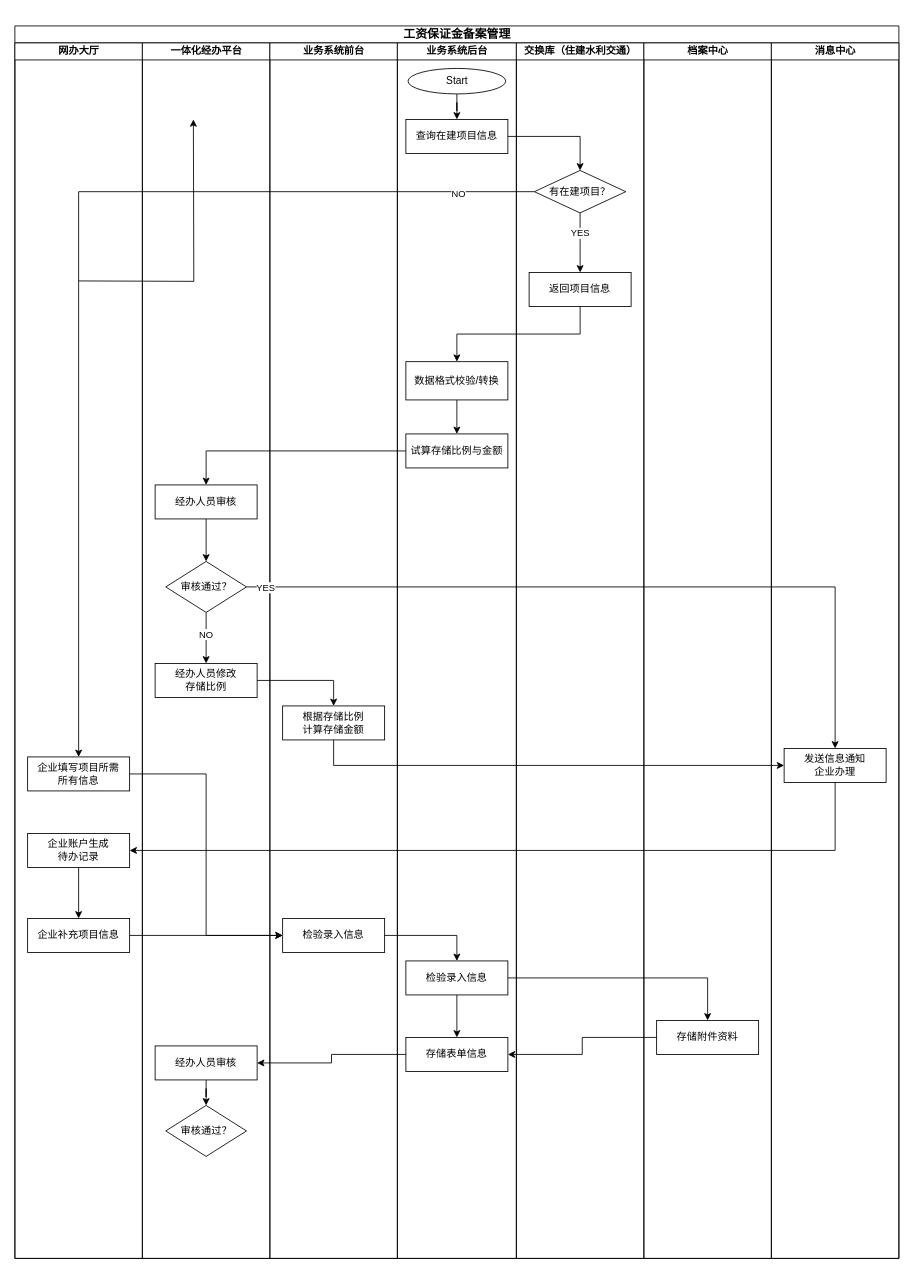
coderjbin/drawio keeps this draw.io diagram as 农民工工资保证金.drawio. Above is the earlier version. Source tidied: cells renumbered, new cells numbered last; positions are measured from the earlier drawing's top-left corner, leaving out a move shared by most shapes. Both pictures are drawn from the tidied source at 85%, with x=0, y=0 at pixel (14, 26).
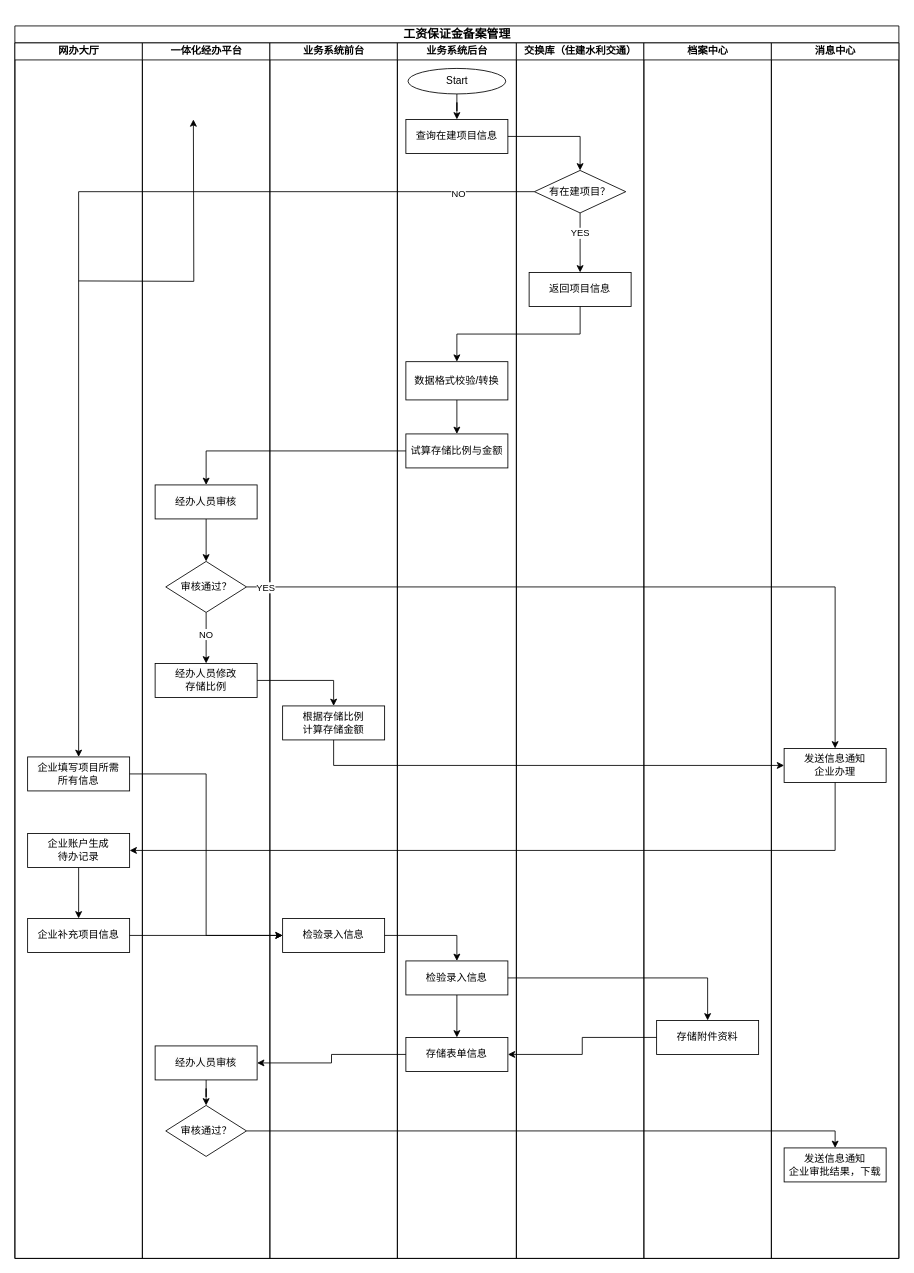
Above is the later version.

Commit message:
更新农民工工资保证金.drawio

The change refers to these unchanged cells:
```xml
<mxCell id="2" value="&lt;h3&gt;&lt;p class=&quot;MsoNormal&quot;&gt;&lt;span style=&quot;mso-spacerun:'yes';font-family:宋体;mso-ascii-font-family:Calibri;&lt;br/&gt;mso-hansi-font-family:Calibri;mso-bidi-font-family:'Times New Roman';font-size:10.5000pt;&lt;br/&gt;mso-font-kerning:1.0000pt;&quot;&gt;工资保证金备案管理&lt;/span&gt;&lt;/p&gt;&lt;/h3&gt;" style="swimlane;startSize=20;html=1;" parent="1" vertex="1">
  <mxGeometry width="1040" height="1450" as="geometry" />
</mxCell>
<mxCell id="20" value="审核通过？" style="rhombus;whiteSpace=wrap;html=1;" parent="11" vertex="1">
  <mxGeometry x="27.5" y="1250" width="95" height="60" as="geometry" />
</mxCell>
<mxCell id="41" value="消息中心" style="swimlane;startSize=20;html=1;" parent="2" vertex="1">
  <mxGeometry x="890" y="20" width="150" height="1430" as="geometry" />
</mxCell>
```

Change to the diagram source:
```diff
@@
+    <mxCell id="60" value="发送信息通知&lt;div&gt;企业审批结果，下载&lt;/div&gt;" style="whiteSpace=wrap;html=1;rounded=0;" parent="41" vertex="1">
+      <mxGeometry x="15" y="1300" width="120" height="40" as="geometry" />
+    </mxCell>
@@
+    <mxCell id="61" style="edgeStyle=orthogonalEdgeStyle;rounded=0;jettySize=auto;html=1;entryX=0.5;entryY=0;entryDx=0;entryDy=0;" parent="2" edge="1" source="20" target="60">
+      <mxGeometry relative="1" as="geometry" />
+    </mxCell>
```
